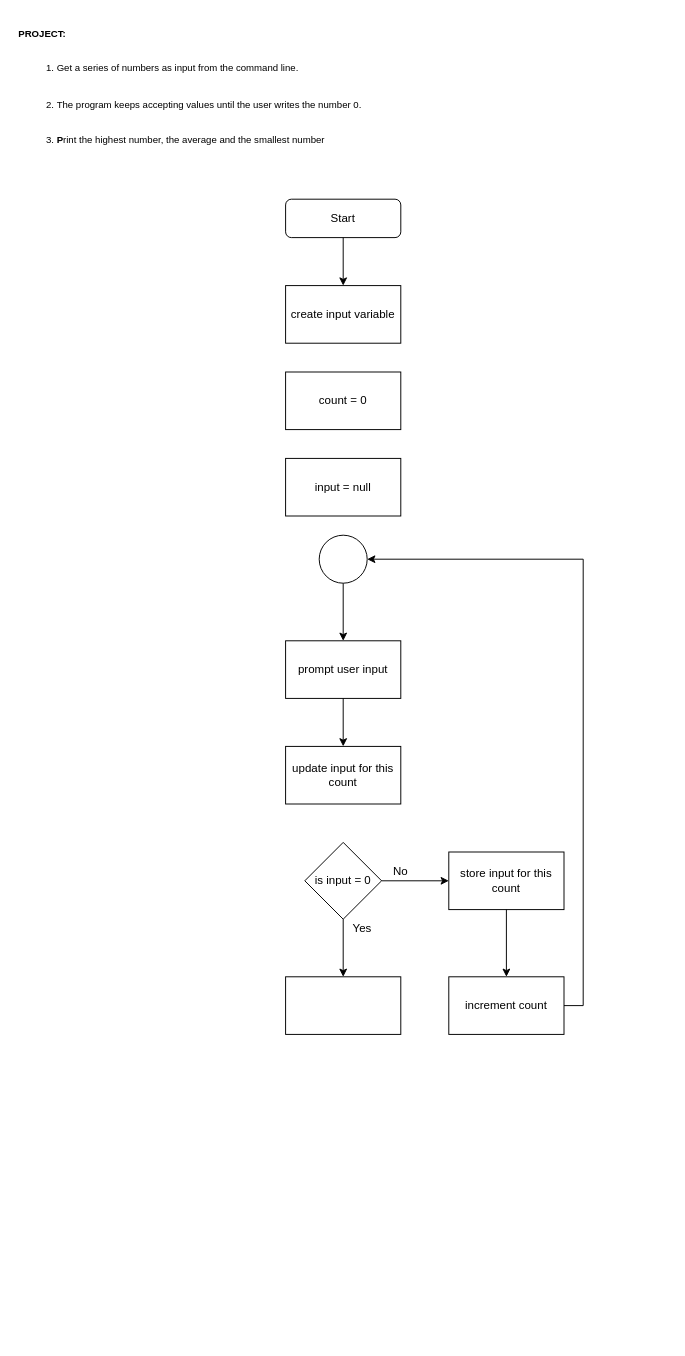
PugConDoin/programming-flowcharts keeps this draw.io diagram as 210331-module2--checkZeroAlgorithm.drawio. Above is the earlier version. Source tidied: cells renumbered, new cells numbered last; positions are measured from the earlier drawing's top-left corner, leaving out a move shared by most shapes. Both pictures are drawn from the tidied source at 96%, with x=0, y=0 at pixel (16, 64).
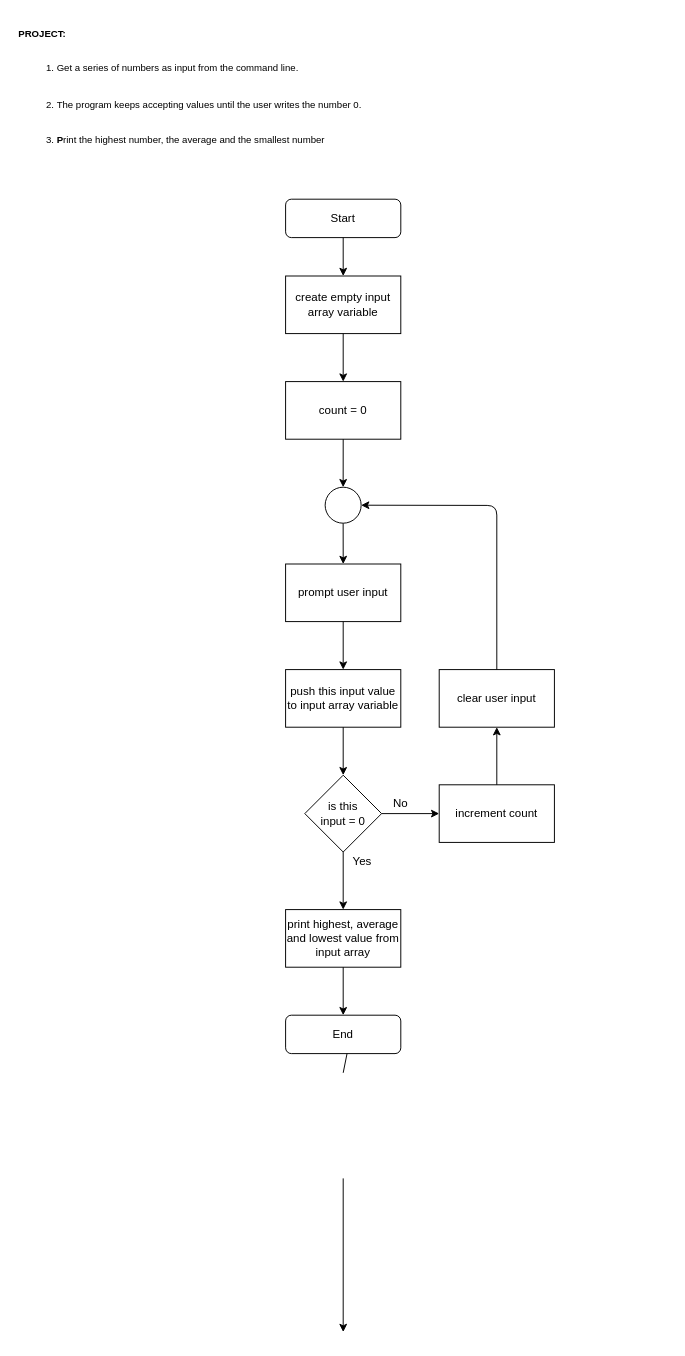
Above is the later version.

The edit, as a diff of the source:
```diff
@@
-    <mxCell id="4" value="create input variable" style="rounded=0;whiteSpace=wrap;html=1;" parent="1" vertex="1">
-      <mxGeometry x="280" y="230" width="120" height="60" as="geometry" />
+    <mxCell id="4" value="create empty input array variable" style="rounded=0;whiteSpace=wrap;html=1;" parent="1" vertex="1">
+      <mxGeometry x="280" y="220" width="120" height="60" as="geometry" />
     </mxCell>
     <mxCell id="5" value="prompt user input" style="rounded=0;whiteSpace=wrap;html=1;" parent="1" vertex="1">
-      <mxGeometry x="280" y="600" width="120" height="60" as="geometry" />
+      <mxGeometry x="280" y="520" width="120" height="60" as="geometry" />
     </mxCell>
-    <mxCell id="6" value="is input = 0" style="rhombus;whiteSpace=wrap;html=1;" parent="1" vertex="1">
-      <mxGeometry x="300" y="810" width="80" height="80" as="geometry" />
+    <mxCell id="6" value="is this&lt;br&gt;input = 0" style="rhombus;whiteSpace=wrap;html=1;" parent="1" vertex="1">
+      <mxGeometry x="300" y="740" width="80" height="80" as="geometry" />
     </mxCell>
-    <mxCell id="7" value="store input for this count" style="rounded=0;whiteSpace=wrap;html=1;" parent="1" vertex="1">
-      <mxGeometry x="450" y="820" width="120" height="60" as="geometry" />
+    <mxCell id="7" value="push this input value to input array variable" style="rounded=0;whiteSpace=wrap;html=1;" parent="1" vertex="1">
+      <mxGeometry x="280" y="630" width="120" height="60" as="geometry" />
     </mxCell>
-    <mxCell id="8" style="rounded=0;whiteSpace=wrap;html=1;" parent="1" vertex="1">
-      <mxGeometry x="280" y="950" width="120" height="60" as="geometry" />
+    <mxCell id="8" value="print highest, average and lowest value from input array" style="rounded=0;whiteSpace=wrap;html=1;" parent="1" vertex="1">
+      <mxGeometry x="280" y="880" width="120" height="60" as="geometry" />
     </mxCell>
-    <mxCell id="9" style="endArrow=classic;html=1;exitX=1;exitY=0.5;exitDx=0;exitDy=0;entryX=0;entryY=0.5;entryDx=0;entryDy=0;" parent="1" edge="1" source="6" target="7">
+    <mxCell id="9" style="endArrow=classic;html=1;exitX=1;exitY=0.5;exitDx=0;exitDy=0;entryX=0;entryY=0.5;entryDx=0;entryDy=0;" parent="1" edge="1" source="6" target="17">
       <mxGeometry relative="1" as="geometry" />
     </mxCell>
@@
-    <mxCell id="12" style="endArrow=classic;html=1;exitX=0.5;exitY=1;exitDx=0;exitDy=0;entryX=0.5;entryY=0;entryDx=0;entryDy=0;" parent="1" edge="1" source="5" target="22">
+    <mxCell id="12" style="endArrow=classic;html=1;exitX=0.5;exitY=1;exitDx=0;exitDy=0;" parent="1" edge="1" source="5" target="7">
       <mxGeometry relative="1" as="geometry" />
     </mxCell>
@@
     <mxCell id="14" value="No" style="text;html=1;strokeColor=none;fillColor=none;align=center;verticalAlign=middle;whiteSpace=wrap;rounded=0;" parent="1" vertex="1">
-      <mxGeometry x="380" y="830" width="40" height="20" as="geometry" />
+      <mxGeometry x="380" y="760" width="40" height="20" as="geometry" />
     </mxCell>
-    <mxCell id="15" style="edgeStyle=orthogonalEdgeStyle;rounded=0;jettySize=auto;html=1;entryX=1;entryY=0.5;entryDx=0;entryDy=0;exitX=1;exitY=0.5;exitDx=0;exitDy=0;" parent="1" edge="1" source="17" target="19">
-      <mxGeometry relative="1" as="geometry" />
-    </mxCell>
     <mxCell id="16" value="Yes" style="text;html=1;strokeColor=none;fillColor=none;align=center;verticalAlign=middle;whiteSpace=wrap;rounded=0;" parent="1" vertex="1">
-      <mxGeometry x="340" y="890" width="40" height="20" as="geometry" />
+      <mxGeometry x="340" y="820" width="40" height="20" as="geometry" />
     </mxCell>
     <mxCell id="17" value="increment count" style="rounded=0;whiteSpace=wrap;html=1;" parent="1" vertex="1">
-      <mxGeometry x="450" y="950" width="120" height="60" as="geometry" />
+      <mxGeometry x="440" y="750" width="120" height="60" as="geometry" />
     </mxCell>
-    <mxCell id="18" value="input = null" style="rounded=0;whiteSpace=wrap;html=1;" parent="1" vertex="1">
-      <mxGeometry x="280" y="410" width="120" height="60" as="geometry" />
-    </mxCell>
     <mxCell id="19" style="ellipse;whiteSpace=wrap;html=1;" parent="1" vertex="1">
-      <mxGeometry x="315" y="490" width="50" height="50" as="geometry" />
+      <mxGeometry x="321.2" y="440" width="37.5" height="37.5" as="geometry" />
     </mxCell>
     <mxCell id="20" value="count = 0" style="rounded=0;whiteSpace=wrap;html=1;" parent="1" vertex="1">
-      <mxGeometry x="280" y="320" width="120" height="60" as="geometry" />
+      <mxGeometry x="280" y="330" width="120" height="60" as="geometry" />
     </mxCell>
-    <mxCell id="21" style="endArrow=classic;html=1;exitX=0.5;exitY=1;exitDx=0;exitDy=0;" parent="1" edge="1" source="7" target="17">
+    <mxCell id="21" style="endArrow=classic;html=1;exitX=0.5;exitY=1;exitDx=0;exitDy=0;entryX=0.5;entryY=0;entryDx=0;entryDy=0;" parent="1" edge="1" source="7" target="6">
       <mxGeometry relative="1" as="geometry" />
     </mxCell>
-    <mxCell id="22" value="update input for this count" style="rounded=0;whiteSpace=wrap;html=1;" parent="1" vertex="1">
-      <mxGeometry x="280" y="710" width="120" height="60" as="geometry" />
-    </mxCell>
+    <mxCell id="23" style="endArrow=classic;html=1;exitX=0.5;exitY=1;exitDx=0;exitDy=0;entryX=0.5;entryY=0;entryDx=0;entryDy=0;" parent="1" edge="1" source="20" target="19">
+      <mxGeometry relative="1" as="geometry" />
+    </mxCell>
+    <mxCell id="24" style="endArrow=classic;html=1;exitX=0.5;exitY=1;exitDx=0;exitDy=0;entryX=0.5;entryY=0;entryDx=0;entryDy=0;" parent="1" edge="1" source="4" target="20">
+      <mxGeometry relative="1" as="geometry" />
+    </mxCell>
+    <mxCell id="25" style="endArrow=classic;html=1;exitX=0.5;exitY=1;exitDx=0;exitDy=0;entryX=0.5;entryY=0;entryDx=0;entryDy=0;" parent="1" edge="1" source="8" target="27">
+      <mxGeometry relative="1" as="geometry" />
+    </mxCell>
+    <mxCell id="26" style="endArrow=classic;html=1;exitX=0.5;exitY=1;exitDx=0;exitDy=0;entryX=0.5;entryY=0;entryDx=0;entryDy=0;" parent="1" edge="1">
+      <mxGeometry relative="1" as="geometry">
+        <mxPoint x="340" y="1050" as="sourcePoint" />
+        <mxPoint x="350" y="1000" as="targetPoint" />
+      </mxGeometry>
+    </mxCell>
+    <mxCell id="27" value="End" style="rounded=1;whiteSpace=wrap;html=1;fontSize=12;glass=0;strokeWidth=1;shadow=0;" parent="1" vertex="1">
+      <mxGeometry x="280" y="990" width="120" height="40" as="geometry" />
+    </mxCell>
+    <mxCell id="28" value="clear user input" style="rounded=0;whiteSpace=wrap;html=1;" parent="1" vertex="1">
+      <mxGeometry x="440" y="630" width="120" height="60" as="geometry" />
+    </mxCell>
+    <mxCell id="29" style="endArrow=classic;html=1;entryX=1;entryY=0.5;entryDx=0;entryDy=0;exitX=0.5;exitY=0;exitDx=0;exitDy=0;" parent="1" edge="1" source="28" target="19">
+      <mxGeometry relative="1" as="geometry">
+        <Array as="points">
+          <mxPoint x="500" y="459" />
+        </Array>
+      </mxGeometry>
+    </mxCell>
+    <mxCell id="30" style="endArrow=classic;html=1;entryX=0.5;entryY=1;entryDx=0;entryDy=0;exitX=0.5;exitY=0;exitDx=0;exitDy=0;" parent="1" edge="1" source="17" target="28">
+      <mxGeometry relative="1" as="geometry" />
+    </mxCell>
+    <mxCell id="31" style="endArrow=classic;html=1;entryX=0.5;entryY=0;entryDx=0;entryDy=0;exitX=0.5;exitY=1;exitDx=0;exitDy=0;" parent="1" edge="1">
+      <mxGeometry relative="1" as="geometry">
+        <mxPoint x="340" y="1160" as="sourcePoint" />
+        <mxPoint x="340" y="1320" as="targetPoint" />
+      </mxGeometry>
+    </mxCell>
```
